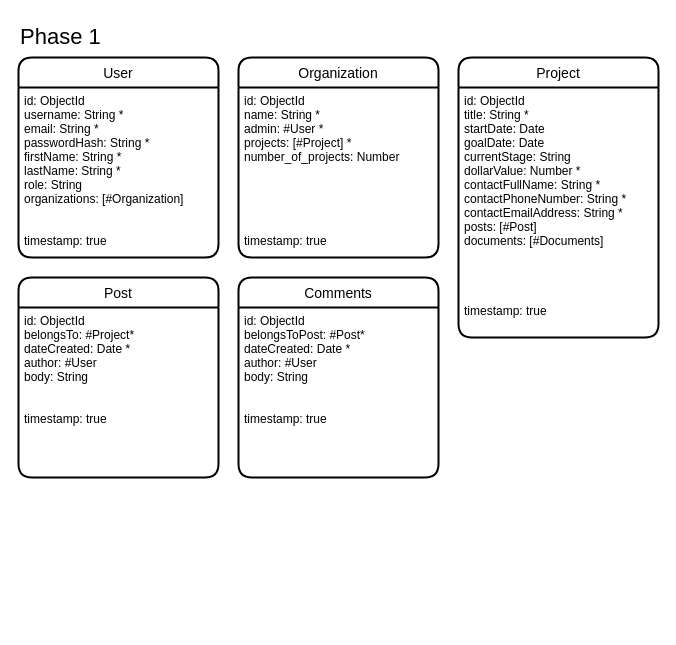
The draw.io diagram resources/database-model.drawio in jpcastanoweb/buggr, before the edit. Source tidied: cells renumbered, new cells numbered last; positions are measured from the earlier drawing's top-left corner, leaving out a move shared by most shapes. Both pictures are drawn from the tidied source at 100%, with x=0, y=0 at pixel (18, 17).
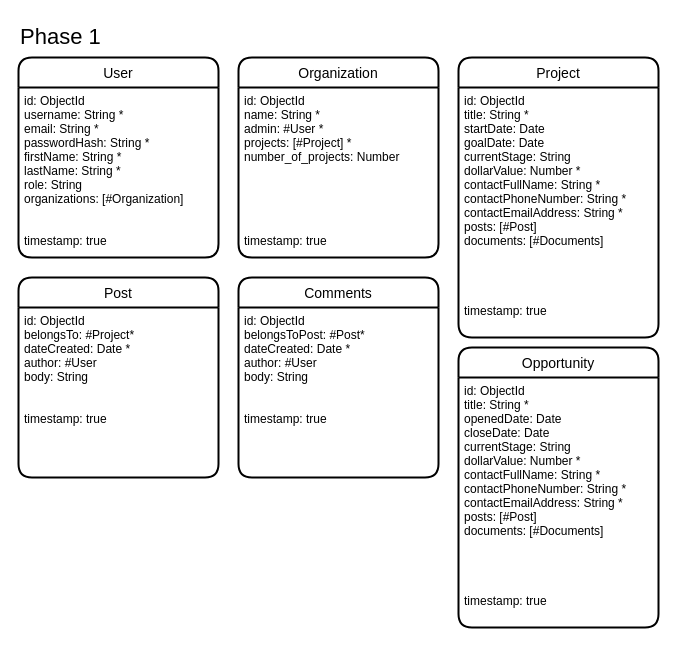
Above is the later version.

What changed in the source:
```diff
@@
 <mxGraphModel>
   <root>
     <mxCell id="0" />
     <mxCell id="1" parent="0" />
     <mxCell id="2" value="&lt;font style=&quot;font-size: 22px&quot;&gt;Phase 1&lt;/font&gt;" style="text;html=1;strokeColor=none;fillColor=none;align=left;verticalAlign=middle;whiteSpace=wrap;rounded=0;" parent="1" vertex="1">
       <mxGeometry width="150" height="40" as="geometry" />
     </mxCell>
     <mxCell id="3" value="User" style="swimlane;horizontal=1;startSize=30;rounded=1;fontSize=14;fontStyle=0;strokeWidth=2;shadow=0;dashed=0;align=center;" parent="1" vertex="1">
       <mxGeometry y="40" width="200" height="200" as="geometry" />
     </mxCell>
     <mxCell id="4" value="id: ObjectId&#10;username: String *&#10;email: String *&#10;passwordHash: String *&#10;firstName: String *&#10;lastName: String *&#10;role: String&#10;organizations: [#Organization]&#10;&#10;&#10;timestamp: true" style="align=left;strokeColor=none;fillColor=none;spacingLeft=4;fontSize=12;verticalAlign=top;" parent="3" vertex="1">
       <mxGeometry y="30" width="200" height="170" as="geometry" />
     </mxCell>
     <mxCell id="5" value="Organization" style="swimlane;horizontal=1;startSize=30;rounded=1;fontSize=14;fontStyle=0;strokeWidth=2;shadow=0;dashed=0;align=center;" parent="1" vertex="1">
       <mxGeometry x="220" y="40" width="200" height="200" as="geometry" />
     </mxCell>
     <mxCell id="6" value="id: ObjectId&#10;name: String *&#10;admin: #User *&#10;projects: [#Project] *&#10;number_of_projects: Number&#10;&#10;&#10;&#10;&#10;&#10;timestamp: true" style="align=left;strokeColor=none;fillColor=none;spacingLeft=4;fontSize=12;verticalAlign=top;" parent="5" vertex="1">
       <mxGeometry y="30" width="200" height="170" as="geometry" />
     </mxCell>
     <mxCell id="7" value="Project" style="swimlane;horizontal=1;startSize=30;rounded=1;fontSize=14;fontStyle=0;strokeWidth=2;shadow=0;dashed=0;align=center;" parent="1" vertex="1">
       <mxGeometry x="440" y="40" width="200" height="280" as="geometry" />
     </mxCell>
     <mxCell id="8" value="id: ObjectId&#10;title: String *&#10;startDate: Date&#10;goalDate: Date&#10;currentStage: String&#10;dollarValue: Number *&#10;contactFullName: String *&#10;contactPhoneNumber: String *&#10;contactEmailAddress: String *&#10;posts: [#Post]&#10;documents: [#Documents]&#10;&#10;&#10;&#10;&#10;timestamp: true" style="align=left;strokeColor=none;fillColor=none;spacingLeft=4;fontSize=12;verticalAlign=top;" parent="7" vertex="1">
       <mxGeometry y="30" width="200" height="250" as="geometry" />
     </mxCell>
     <mxCell id="9" value="Post" style="swimlane;horizontal=1;startSize=30;rounded=1;fontSize=14;fontStyle=0;strokeWidth=2;shadow=0;dashed=0;align=center;" parent="1" vertex="1">
       <mxGeometry y="260" width="200" height="200" as="geometry" />
     </mxCell>
     <mxCell id="10" value="id: ObjectId&#10;belongsTo: #Project*&#10;dateCreated: Date *&#10;author: #User&#10;body: String&#10;&#10;&#10;timestamp: true" style="align=left;strokeColor=none;fillColor=none;spacingLeft=4;fontSize=12;verticalAlign=top;" parent="9" vertex="1">
       <mxGeometry y="30" width="200" height="170" as="geometry" />
     </mxCell>
     <mxCell id="11" value="Comments" style="swimlane;horizontal=1;startSize=30;rounded=1;fontSize=14;fontStyle=0;strokeWidth=2;shadow=0;dashed=0;align=center;" parent="1" vertex="1">
       <mxGeometry x="220" y="260" width="200" height="200" as="geometry" />
     </mxCell>
     <mxCell id="12" value="id: ObjectId&#10;belongsToPost: #Post*&#10;dateCreated: Date *&#10;author: #User&#10;body: String&#10;&#10;&#10;timestamp: true" style="align=left;strokeColor=none;fillColor=none;spacingLeft=4;fontSize=12;verticalAlign=top;" parent="11" vertex="1">
       <mxGeometry y="30" width="200" height="170" as="geometry" />
     </mxCell>
+    <mxCell id="13" value="Opportunity" style="swimlane;horizontal=1;startSize=30;rounded=1;fontSize=14;fontStyle=0;strokeWidth=2;shadow=0;dashed=0;align=center;" parent="1" vertex="1">
+      <mxGeometry x="440" y="330" width="200" height="280" as="geometry" />
+    </mxCell>
+    <mxCell id="14" value="id: ObjectId&#10;title: String *&#10;openedDate: Date&#10;closeDate: Date&#10;currentStage: String&#10;dollarValue: Number *&#10;contactFullName: String *&#10;contactPhoneNumber: String *&#10;contactEmailAddress: String *&#10;posts: [#Post]&#10;documents: [#Documents]&#10;&#10;&#10;&#10;&#10;timestamp: true" style="align=left;strokeColor=none;fillColor=none;spacingLeft=4;fontSize=12;verticalAlign=top;" parent="13" vertex="1">
+      <mxGeometry y="30" width="200" height="250" as="geometry" />
+    </mxCell>
   </root>
 </mxGraphModel>
```
